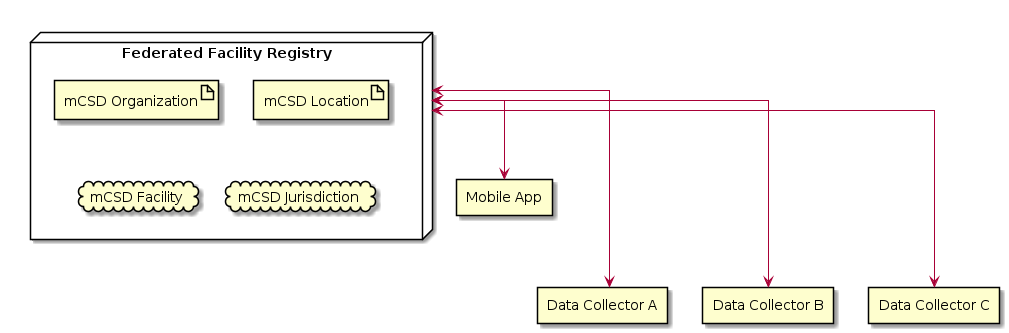
Before: media/data-collection.png, a diagram exported from PlantUML (IHE/mCSD-Whitepaper). Its diagram source:
```plantuml
@startuml data-collection
skinparam linetype ortho
top to bottom direction

node registry as "Federated Facility Registry" {
  artifact forg as "mCSD Organization"
  artifact floc as "mCSD Location"
  cloud "mCSD Facility"
  cloud "mCSD Jurisdiction"
}

together {
  rectangle dataa as "Data Collector A"
  rectangle datab as "Data Collector B"
  rectangle datac as "Data Collector C"
}

rectangle mobile as "Mobile App"


registry -[hidden]--> dataa
registry -[hidden]-> mobile

registry <--> dataa
registry <--> datab
registry <--> datac

registry <--> mobile

@enduml
```
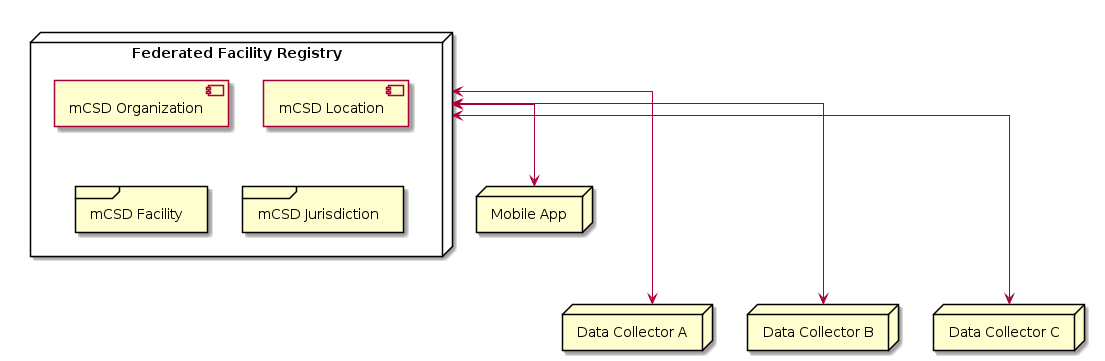
Above is the later version.

Commit message:
Added back in use cases at the top and updated the facility section to reflect this change.  HWR and ILR still need to be updated.  Also updated diagrams for those.

Diff of the diagram source:
```diff
@@ -1,21 +1,22 @@
 @startuml data-collection
+skinparam componentStyle uml2
 skinparam linetype ortho
 top to bottom direction
 
 node registry as "Federated Facility Registry" {
-  artifact forg as "mCSD Organization"
-  artifact floc as "mCSD Location"
-  cloud "mCSD Facility"
-  cloud "mCSD Jurisdiction"
+  component forg as "mCSD Organization"
+  component floc as "mCSD Location"
+  frame "mCSD Facility"
+  frame "mCSD Jurisdiction"
 }
 
 together {
-  rectangle dataa as "Data Collector A"
-  rectangle datab as "Data Collector B"
-  rectangle datac as "Data Collector C"
+  node dataa as "Data Collector A"
+  node datab as "Data Collector B"
+  node datac as "Data Collector C"
 }
 
-rectangle mobile as "Mobile App"
+node mobile as "Mobile App"
 
 
 registry -[hidden]--> dataa
```
